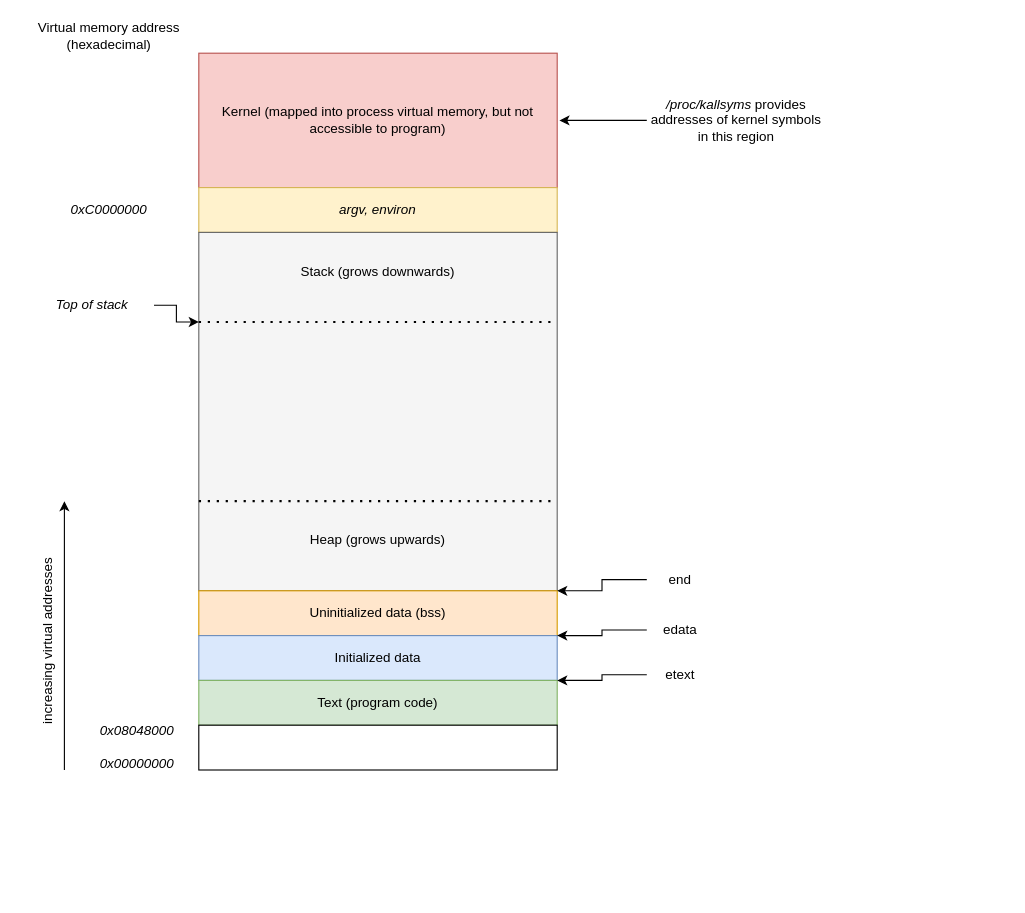
This is memory_layout_of_process.drawio from da0p/diagram-notes, a draw.io file, before an edit. Source tidied: cells renumbered, new cells numbered last; positions are measured from the earlier drawing's top-left corner, leaving out a move shared by most shapes. Both pictures are drawn from the tidied source at 112%, with x=0, y=0 at pixel (-48, 19).
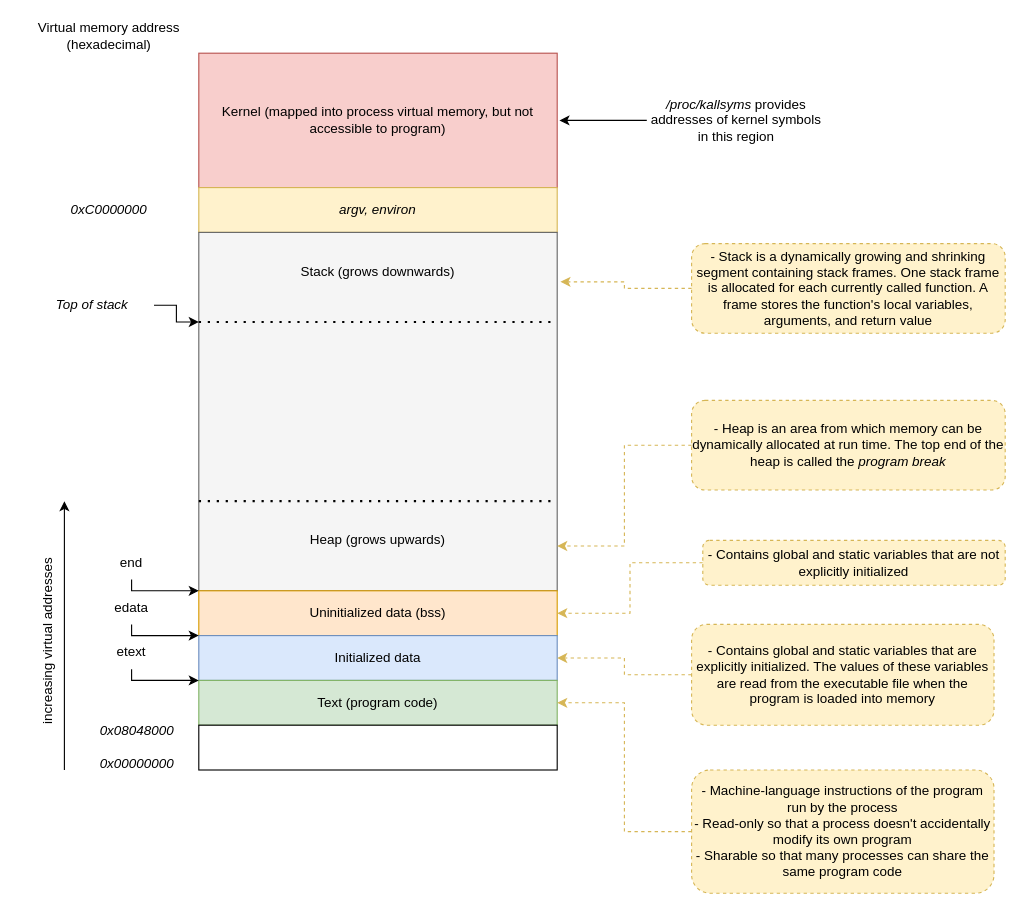
After the change.

The change refers to these unchanged cells:
```xml
<mxCell id="8" style="rounded=0;whiteSpace=wrap;html=1;fillColor=#f5f5f5;fontColor=#333333;strokeColor=#666666;" parent="1" vertex="1">
  <mxGeometry x="220" y="190" width="320" height="320" as="geometry" />
</mxCell>
<mxCell id="13" value="Uninitialized data (bss)" style="rounded=0;whiteSpace=wrap;html=1;fillColor=#ffe6cc;strokeColor=#d79b00;" parent="1" vertex="1">
  <mxGeometry x="220" y="510" width="320" height="40" as="geometry" />
</mxCell>
<mxCell id="14" value="Initialized data" style="rounded=0;whiteSpace=wrap;html=1;fillColor=#dae8fc;strokeColor=#6c8ebf;" parent="1" vertex="1">
  <mxGeometry x="220" y="550" width="320" height="40" as="geometry" />
</mxCell>
<mxCell id="15" value="Text (program code)" style="rounded=0;whiteSpace=wrap;html=1;fillColor=#d5e8d4;strokeColor=#82b366;" parent="1" vertex="1">
  <mxGeometry x="220" y="590" width="320" height="40" as="geometry" />
</mxCell>
```

Change to the diagram source:
```diff
@@
-    <mxCell id="23" style="edgeStyle=orthogonalEdgeStyle;rounded=0;jettySize=auto;html=1;exitX=0;exitY=0.5;exitDx=0;exitDy=0;entryX=1;entryY=0;entryDx=0;entryDy=0;" parent="1" edge="1" source="24" target="13">
+    <mxCell id="23" style="edgeStyle=orthogonalEdgeStyle;rounded=0;jettySize=auto;html=1;exitX=0.5;exitY=1;exitDx=0;exitDy=0;entryX=0;entryY=0;entryDx=0;entryDy=0;" parent="1" edge="1" source="24" target="13">
       <mxGeometry relative="1" as="geometry">
         <Array as="points">
-          <mxPoint x="580" y="500" />
-          <mxPoint x="580" y="510" />
+          <mxPoint x="160" y="510" />
         </Array>
       </mxGeometry>
     </mxCell>
     <mxCell id="24" value="end" style="text;html=1;align=center;verticalAlign=middle;whiteSpace=wrap;rounded=0;" parent="1" vertex="1">
-      <mxGeometry x="620" y="485" width="60" height="30" as="geometry" />
+      <mxGeometry x="130" y="470" width="60" height="30" as="geometry" />
     </mxCell>
-    <mxCell id="25" style="edgeStyle=orthogonalEdgeStyle;rounded=0;jettySize=auto;html=1;exitX=0;exitY=0.5;exitDx=0;exitDy=0;entryX=1;entryY=0;entryDx=0;entryDy=0;" parent="1" edge="1" source="26" target="14">
+    <mxCell id="25" style="edgeStyle=orthogonalEdgeStyle;rounded=0;jettySize=auto;html=1;exitX=0.5;exitY=1;exitDx=0;exitDy=0;entryX=0;entryY=0;entryDx=0;entryDy=0;" parent="1" edge="1" source="26" target="14">
       <mxGeometry relative="1" as="geometry">
         <Array as="points">
-          <mxPoint x="580" y="545" />
-          <mxPoint x="580" y="550" />
+          <mxPoint x="160" y="550" />
         </Array>
       </mxGeometry>
     </mxCell>
     <mxCell id="26" value="edata" style="text;html=1;align=center;verticalAlign=middle;whiteSpace=wrap;rounded=0;" parent="1" vertex="1">
-      <mxGeometry x="620" y="530" width="60" height="30" as="geometry" />
+      <mxGeometry x="130" y="510" width="60" height="30" as="geometry" />
     </mxCell>
-    <mxCell id="27" style="edgeStyle=orthogonalEdgeStyle;rounded=0;jettySize=auto;html=1;exitX=0;exitY=0.5;exitDx=0;exitDy=0;entryX=1;entryY=0;entryDx=0;entryDy=0;" parent="1" edge="1" source="28" target="15">
+    <mxCell id="27" style="edgeStyle=orthogonalEdgeStyle;rounded=0;jettySize=auto;html=1;exitX=0.5;exitY=1;exitDx=0;exitDy=0;entryX=0;entryY=1;entryDx=0;entryDy=0;" parent="1" edge="1" source="28" target="14">
       <mxGeometry relative="1" as="geometry">
         <Array as="points">
-          <mxPoint x="580" y="585" />
-          <mxPoint x="580" y="590" />
+          <mxPoint x="160" y="590" />
         </Array>
       </mxGeometry>
     </mxCell>
     <mxCell id="28" value="etext" style="text;html=1;align=center;verticalAlign=middle;whiteSpace=wrap;rounded=0;" parent="1" vertex="1">
-      <mxGeometry x="620" y="570" width="60" height="30" as="geometry" />
+      <mxGeometry x="130" y="550" width="60" height="30" as="geometry" />
     </mxCell>
+    <mxCell id="29" style="edgeStyle=orthogonalEdgeStyle;rounded=0;jettySize=auto;html=1;exitX=0;exitY=0.5;exitDx=0;exitDy=0;entryX=1;entryY=0.5;entryDx=0;entryDy=0;dashed=1;fillColor=#fff2cc;strokeColor=#d6b656;" parent="1" edge="1" source="30" target="15">
+      <mxGeometry relative="1" as="geometry" />
+    </mxCell>
+    <mxCell id="30" value="&lt;div&gt;- Machine-language instructions of the program run by the process&lt;/div&gt;&lt;div&gt;- Read-only so that a process doesn't accidentally modify its own program&lt;/div&gt;&lt;div&gt;- Sharable so that many processes can share the same program code&lt;/div&gt;" style="rounded=1;whiteSpace=wrap;html=1;fillColor=#fff2cc;strokeColor=#d6b656;dashed=1;" parent="1" vertex="1">
+      <mxGeometry x="660" y="670" width="270" height="110" as="geometry" />
+    </mxCell>
+    <mxCell id="31" style="edgeStyle=orthogonalEdgeStyle;rounded=0;jettySize=auto;html=1;exitX=0;exitY=0.5;exitDx=0;exitDy=0;entryX=1;entryY=0.5;entryDx=0;entryDy=0;fillColor=#fff2cc;strokeColor=#d6b656;dashed=1;" parent="1" edge="1" source="32" target="14">
+      <mxGeometry relative="1" as="geometry" />
+    </mxCell>
+    <mxCell id="32" value="- Contains global and static variables that are explicitly initialized. The values of these variables are read from the executable file when the program is loaded into memory" style="rounded=1;whiteSpace=wrap;html=1;fillColor=#fff2cc;strokeColor=#d6b656;dashed=1;" parent="1" vertex="1">
+      <mxGeometry x="660" y="540" width="270" height="90" as="geometry" />
+    </mxCell>
+    <mxCell id="33" style="edgeStyle=orthogonalEdgeStyle;rounded=0;jettySize=auto;html=1;exitX=0;exitY=0.5;exitDx=0;exitDy=0;entryX=1;entryY=0.5;entryDx=0;entryDy=0;fillColor=#fff2cc;strokeColor=#d6b656;dashed=1;" parent="1" edge="1" source="34" target="13">
+      <mxGeometry relative="1" as="geometry" />
+    </mxCell>
+    <mxCell id="34" value="- Contains global and static variables that are not explicitly initialized" style="rounded=1;whiteSpace=wrap;html=1;fillColor=#fff2cc;strokeColor=#d6b656;dashed=1;" parent="1" vertex="1">
+      <mxGeometry x="670" y="465" width="270" height="40" as="geometry" />
+    </mxCell>
+    <mxCell id="35" value="- Stack is a dynamically growing and shrinking segment containing stack frames. One stack frame is allocated for each currently called function. A frame stores the function's local variables, arguments, and return value" style="rounded=1;whiteSpace=wrap;html=1;fillColor=#fff2cc;strokeColor=#d6b656;dashed=1;" parent="1" vertex="1">
+      <mxGeometry x="660" y="200" width="280" height="80" as="geometry" />
+    </mxCell>
+    <mxCell id="36" style="edgeStyle=orthogonalEdgeStyle;rounded=0;jettySize=auto;html=1;exitX=0;exitY=0.5;exitDx=0;exitDy=0;entryX=1.009;entryY=0.138;entryDx=0;entryDy=0;entryPerimeter=0;fillColor=#fff2cc;strokeColor=#d6b656;dashed=1;" parent="1" edge="1" source="35" target="8">
+      <mxGeometry relative="1" as="geometry" />
+    </mxCell>
+    <mxCell id="37" value="- Heap is an area from which memory can be dynamically allocated at run time. The top end of the heap is called the &lt;i&gt;program break&lt;/i&gt;" style="rounded=1;whiteSpace=wrap;html=1;fillColor=#fff2cc;strokeColor=#d6b656;dashed=1;" parent="1" vertex="1">
+      <mxGeometry x="660" y="340" width="280" height="80" as="geometry" />
+    </mxCell>
+    <mxCell id="38" style="edgeStyle=orthogonalEdgeStyle;rounded=0;jettySize=auto;html=1;exitX=0;exitY=0.5;exitDx=0;exitDy=0;entryX=1;entryY=0.875;entryDx=0;entryDy=0;entryPerimeter=0;fillColor=#fff2cc;strokeColor=#d6b656;dashed=1;" parent="1" edge="1" source="37" target="8">
+      <mxGeometry relative="1" as="geometry" />
+    </mxCell>
```
